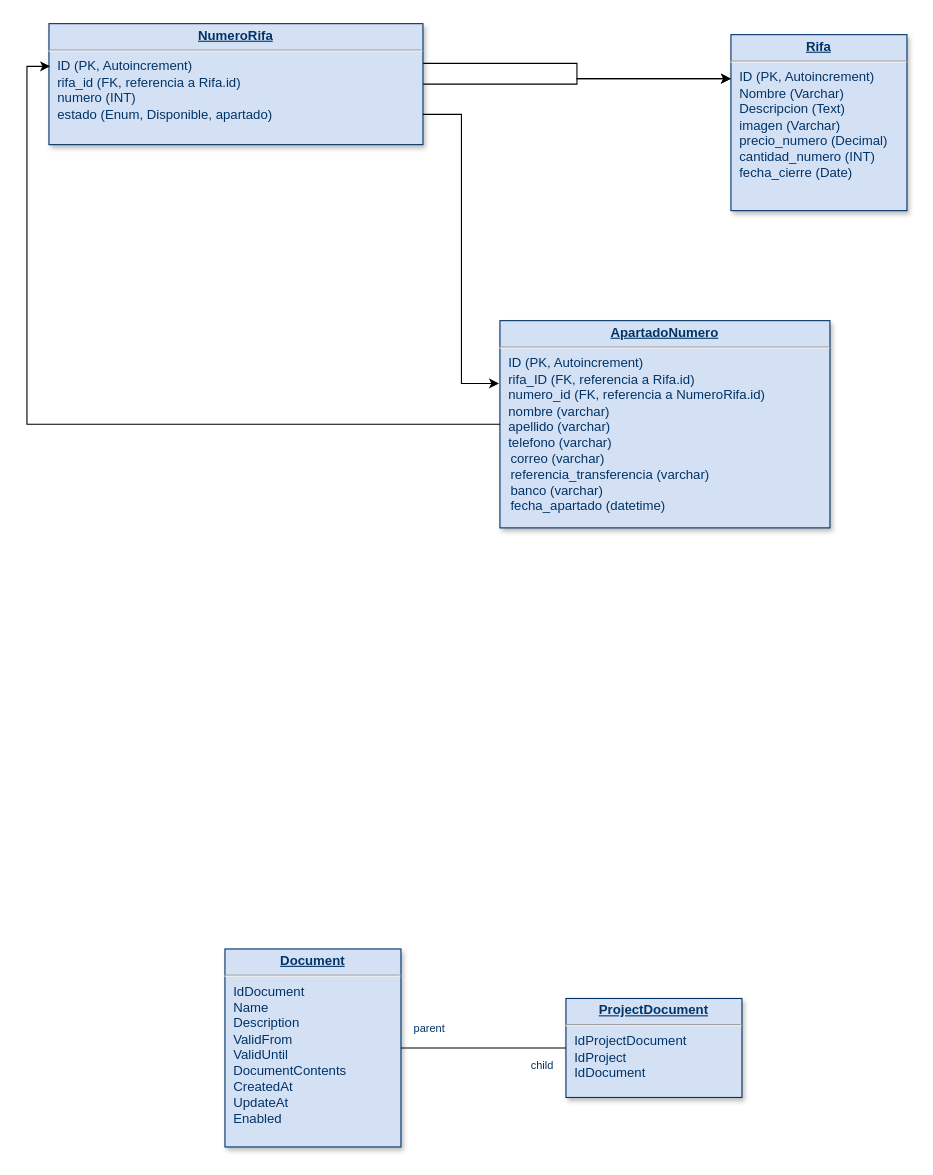
This is Diagrama sin título.drawio from EJCM05/DiagramasDB, a draw.io file, before an edit. Source tidied: cells renumbered, new cells numbered last; positions are measured from the earlier drawing's top-left corner, leaving out a move shared by most shapes. Both pictures are drawn from the tidied source at 110%, with x=0, y=0 at pixel (48, 23).
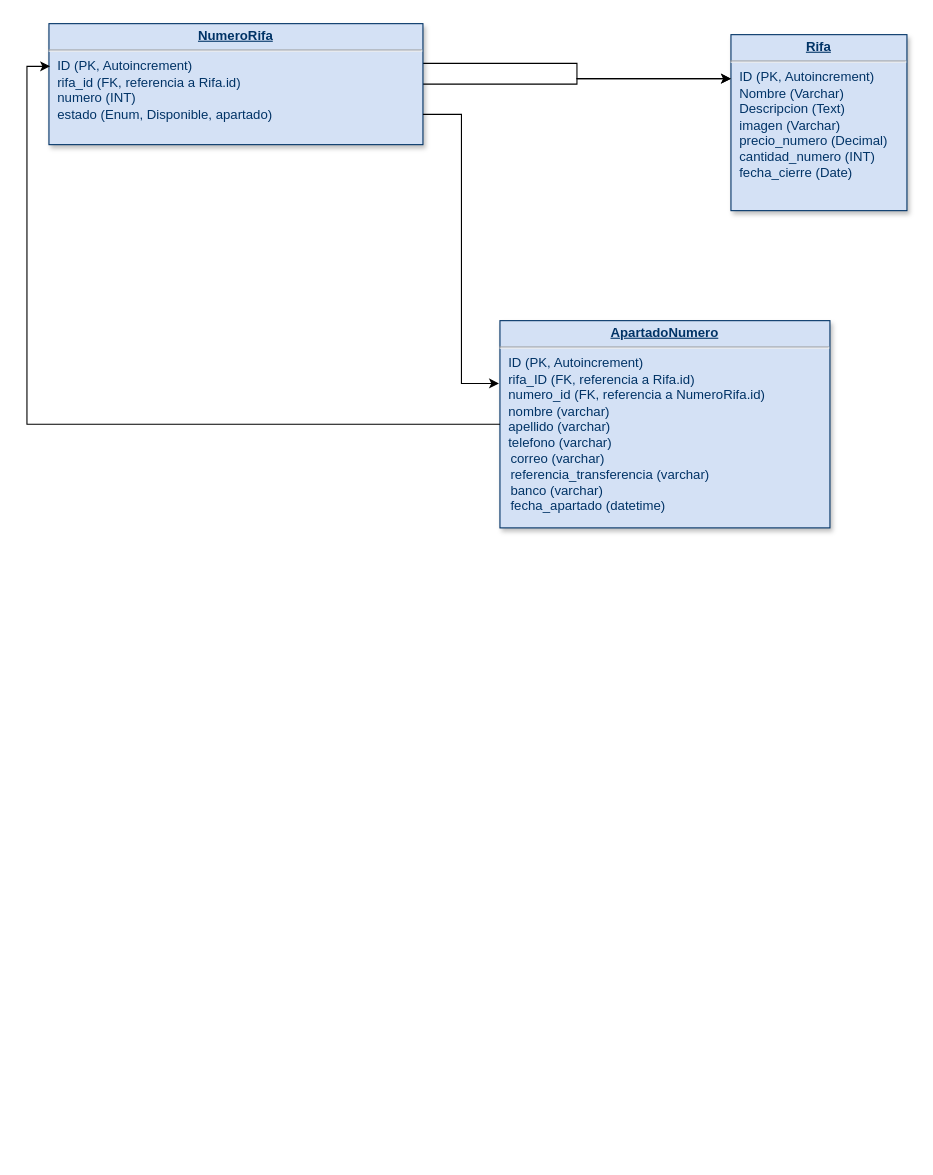
After the change.

The edit, as a diff of the source:
```diff
@@
 <mxGraphModel>
   <root>
     <mxCell id="0" />
     <mxCell id="1" parent="0" />
     <mxCell id="2" value="&lt;p style=&quot;margin: 0px; margin-top: 4px; text-align: center; text-decoration: underline;&quot;&gt;&lt;b&gt;Rifa&lt;/b&gt;&lt;/p&gt;&lt;hr&gt;&lt;p style=&quot;margin: 0px; margin-left: 8px;&quot;&gt;ID (PK, Autoincrement)&lt;/p&gt;&lt;p style=&quot;margin: 0px; margin-left: 8px;&quot;&gt;Nombre (Varchar)&lt;/p&gt;&lt;p style=&quot;margin: 0px; margin-left: 8px;&quot;&gt;Descripcion (Text)&lt;/p&gt;&lt;p style=&quot;margin: 0px; margin-left: 8px;&quot;&gt;imagen (Varchar)&lt;/p&gt;&lt;p style=&quot;margin: 0px; margin-left: 8px;&quot;&gt;precio_numero (Decimal)&lt;/p&gt;&lt;p style=&quot;margin: 0px; margin-left: 8px;&quot;&gt;cantidad_numero (INT)&lt;/p&gt;&lt;p style=&quot;margin: 0px; margin-left: 8px;&quot;&gt;fecha_cierre (Date)&lt;/p&gt;" style="verticalAlign=top;align=left;overflow=fill;fontSize=12;fontFamily=Helvetica;html=1;strokeColor=#003366;shadow=1;fillColor=#D4E1F5;fontColor=#003366;" parent="1" vertex="1">
       <mxGeometry x="620" y="10" width="160" height="160" as="geometry" />
     </mxCell>
-    <mxCell id="3" value="&lt;p style=&quot;margin: 0px; margin-top: 4px; text-align: center; text-decoration: underline;&quot;&gt;&lt;strong&gt;Document&lt;/strong&gt;&lt;/p&gt;&lt;hr /&gt;&lt;p style=&quot;margin: 0px; margin-left: 8px;&quot;&gt;IdDocument&lt;/p&gt;&lt;p style=&quot;margin: 0px; margin-left: 8px;&quot;&gt;Name&lt;/p&gt;&lt;p style=&quot;margin: 0px; margin-left: 8px;&quot;&gt;Description&lt;/p&gt;&lt;p style=&quot;margin: 0px; margin-left: 8px;&quot;&gt;ValidFrom&lt;/p&gt;&lt;p style=&quot;margin: 0px; margin-left: 8px;&quot;&gt;ValidUntil&lt;/p&gt;&lt;p style=&quot;margin: 0px; margin-left: 8px;&quot;&gt;DocumentContents&lt;/p&gt;&lt;p style=&quot;margin: 0px; margin-left: 8px;&quot;&gt;CreatedAt&lt;/p&gt;&lt;p style=&quot;margin: 0px; margin-left: 8px;&quot;&gt;UpdateAt&lt;/p&gt;&lt;p style=&quot;margin: 0px; margin-left: 8px;&quot;&gt;Enabled&lt;/p&gt;" style="verticalAlign=top;align=left;overflow=fill;fontSize=12;fontFamily=Helvetica;html=1;strokeColor=#003366;shadow=1;fillColor=#D4E1F5;fontColor=#003366;" parent="1" vertex="1">
-      <mxGeometry x="160" y="841.2" width="160" height="180" as="geometry" />
-    </mxCell>
-    <mxCell id="4" value="&lt;p style=&quot;margin: 0px ; margin-top: 4px ; text-align: center ; text-decoration: underline&quot;&gt;&lt;strong&gt;ProjectDocument&lt;/strong&gt;&lt;/p&gt;&lt;hr&gt;&lt;p style=&quot;margin: 0px ; margin-left: 8px&quot;&gt;IdProjectDocument&lt;/p&gt;&lt;p style=&quot;margin: 0px ; margin-left: 8px&quot;&gt;IdProject&lt;/p&gt;&lt;p style=&quot;margin: 0px ; margin-left: 8px&quot;&gt;IdDocument&lt;/p&gt;" style="verticalAlign=top;align=left;overflow=fill;fontSize=12;fontFamily=Helvetica;html=1;strokeColor=#003366;shadow=1;fillColor=#D4E1F5;fontColor=#003366;" parent="1" vertex="1">
-      <mxGeometry x="470" y="886.2" width="160" height="90" as="geometry" />
-    </mxCell>
-    <mxCell id="5" style="endArrow=none;edgeStyle=orthogonalEdgeStyle;" parent="1" edge="1" source="3" target="4">
-      <mxGeometry x="190" y="950" as="geometry" />
-    </mxCell>
-    <mxCell id="6" value="parent" style="align=left;verticalAlign=bottom;labelBackgroundColor=#ffffff;fontSize=10;strokeColor=#003366;shadow=1;fillColor=#D4E1F5;fontColor=#003366;" parent="5" vertex="1">
-      <mxGeometry x="-1" relative="1" as="geometry">
-        <mxPoint x="10" y="-10" as="offset" />
-      </mxGeometry>
-    </mxCell>
-    <mxCell id="7" value="child" style="align=right;verticalAlign=bottom;labelBackgroundColor=#ffffff;fontSize=10;strokeColor=#003366;shadow=1;fillColor=#D4E1F5;fontColor=#003366;" parent="5" vertex="1">
-      <mxGeometry x="1" relative="1" as="geometry">
-        <mxPoint x="-10" y="23.8" as="offset" />
-      </mxGeometry>
-    </mxCell>
     <mxCell id="8" value="&lt;p style=&quot;margin: 0px; margin-top: 4px; text-align: center; text-decoration: underline;&quot;&gt;&lt;b&gt;ApartadoNumero&lt;/b&gt;&lt;/p&gt;&lt;hr&gt;&lt;p style=&quot;margin: 0px; margin-left: 8px;&quot;&gt;ID (PK, Autoincrement)&lt;/p&gt;&lt;p style=&quot;margin: 0px; margin-left: 8px;&quot;&gt;rifa_ID (FK, referencia a Rifa.id)&lt;/p&gt;&lt;p style=&quot;margin: 0px; margin-left: 8px;&quot;&gt;numero_id (FK, referencia a NumeroRifa.id)&lt;/p&gt;&lt;p style=&quot;margin: 0px; margin-left: 8px;&quot;&gt;nombre (varchar)&lt;/p&gt;&lt;p style=&quot;margin: 0px 0px 0px 8px;&quot;&gt;apellido (varchar)&lt;/p&gt;&lt;div&gt;&lt;p style=&quot;margin: 0px 0px 0px 8px;&quot;&gt;telefono (varchar)&lt;/p&gt;&lt;div&gt;&amp;nbsp; &amp;nbsp;correo&lt;span style=&quot;background-color: transparent; color: light-dark(rgb(0, 51, 102), rgb(161, 205, 249));&quot;&gt;&amp;nbsp;(varchar)&lt;/span&gt;&lt;/div&gt;&lt;div&gt;&amp;nbsp; &amp;nbsp;referencia_transferencia&lt;span style=&quot;background-color: transparent; color: light-dark(rgb(0, 51, 102), rgb(161, 205, 249));&quot;&gt;&amp;nbsp;(varchar)&lt;/span&gt;&lt;/div&gt;&lt;div&gt;&lt;span style=&quot;background-color: transparent; color: light-dark(rgb(0, 51, 102), rgb(161, 205, 249));&quot;&gt;&amp;nbsp; &amp;nbsp;banco (varchar)&lt;/span&gt;&lt;/div&gt;&lt;div&gt;&amp;nbsp; &amp;nbsp;fecha_apartado (datetime)&lt;/div&gt;&lt;div&gt;&lt;span style=&quot;background-color: transparent; color: light-dark(rgb(0, 51, 102), rgb(161, 205, 249));&quot;&gt;&lt;br&gt;&lt;/span&gt;&lt;/div&gt;&lt;div&gt;&lt;span style=&quot;background-color: transparent; color: light-dark(rgb(0, 51, 102), rgb(161, 205, 249));&quot;&gt;&lt;br&gt;&lt;/span&gt;&lt;/div&gt;&lt;/div&gt;&lt;p style=&quot;margin: 0px; margin-left: 8px;&quot;&gt;&lt;/p&gt;&lt;p style=&quot;margin: 0px; margin-left: 8px;&quot;&gt;&lt;span style=&quot;color: rgba(0, 0, 0, 0); font-family: monospace; font-size: 0px;&quot;&gt;&lt;br&gt;&lt;/span&gt;&lt;/p&gt;&lt;p style=&quot;margin: 0px; margin-left: 8px;&quot;&gt;&lt;span style=&quot;color: rgba(0, 0, 0, 0); font-family: monospace; font-size: 0px;&quot;&gt;&lt;br&gt;&lt;/span&gt;&lt;/p&gt;" style="verticalAlign=top;align=left;overflow=fill;fontSize=12;fontFamily=Helvetica;html=1;strokeColor=#003366;shadow=1;fillColor=#D4E1F5;fontColor=#003366;" parent="1" vertex="1">
       <mxGeometry x="410" y="270" width="300" height="188.4" as="geometry" />
     </mxCell>
     <mxCell id="9" style="edgeStyle=orthogonalEdgeStyle;rounded=0;jettySize=auto;html=1;entryX=0;entryY=0.25;entryDx=0;entryDy=0;exitX=0.995;exitY=0.328;exitDx=0;exitDy=0;exitPerimeter=0;" parent="1" edge="1" source="11" target="2">
       <mxGeometry relative="1" as="geometry" />
     </mxCell>
     <mxCell id="10" style="edgeStyle=orthogonalEdgeStyle;rounded=0;jettySize=auto;html=1;exitX=1;exitY=0.5;exitDx=0;exitDy=0;entryX=0;entryY=0.25;entryDx=0;entryDy=0;" parent="1" edge="1" source="11" target="2">
       <mxGeometry relative="1" as="geometry" />
     </mxCell>
     <mxCell id="11" value="&lt;p style=&quot;margin: 0px; margin-top: 4px; text-align: center; text-decoration: underline;&quot;&gt;&lt;b&gt;NumeroRifa&lt;/b&gt;&lt;/p&gt;&lt;hr&gt;&lt;p style=&quot;margin: 0px; margin-left: 8px;&quot;&gt;ID (PK, Autoincrement)&lt;/p&gt;&lt;p style=&quot;margin: 0px; margin-left: 8px;&quot;&gt;rifa_id (FK, referencia a Rifa.id)&lt;/p&gt;&lt;p style=&quot;margin: 0px; margin-left: 8px;&quot;&gt;numero (INT)&lt;/p&gt;&lt;p style=&quot;margin: 0px; margin-left: 8px;&quot;&gt;estado (Enum, Disponible, apartado)&lt;/p&gt;" style="verticalAlign=top;align=left;overflow=fill;fontSize=12;fontFamily=Helvetica;html=1;strokeColor=#003366;shadow=1;fillColor=#D4E1F5;fontColor=#003366;" parent="1" vertex="1">
       <mxGeometry width="340" height="110" as="geometry" />
     </mxCell>
     <mxCell id="12" style="edgeStyle=orthogonalEdgeStyle;rounded=0;jettySize=auto;html=1;exitX=1;exitY=0.75;exitDx=0;exitDy=0;entryX=-0.003;entryY=0.303;entryDx=0;entryDy=0;entryPerimeter=0;" parent="1" edge="1" source="11" target="8">
       <mxGeometry relative="1" as="geometry" />
     </mxCell>
     <mxCell id="13" style="edgeStyle=orthogonalEdgeStyle;rounded=0;jettySize=auto;html=1;entryX=0.003;entryY=0.353;entryDx=0;entryDy=0;entryPerimeter=0;" parent="1" edge="1" source="8" target="11">
       <mxGeometry relative="1" as="geometry" />
     </mxCell>
   </root>
 </mxGraphModel>
```
